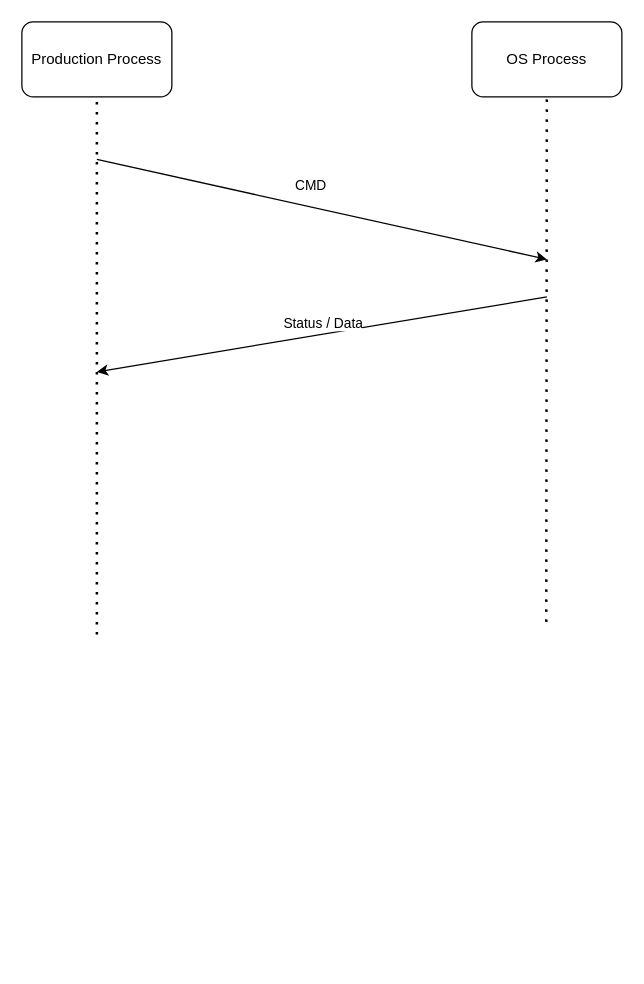
Before: page "Sinorio" (2 of 2) of SG9KG5/Production.drawio in Jasson-Chou/Software-Projects, a draw.io diagram. Source tidied: cells renumbered, new cells numbered last; positions are measured from the earlier drawing's top-left corner, leaving out a move shared by most shapes. Both pictures are drawn from the tidied source at 125%, with x=0, y=0 at pixel (21, 21).
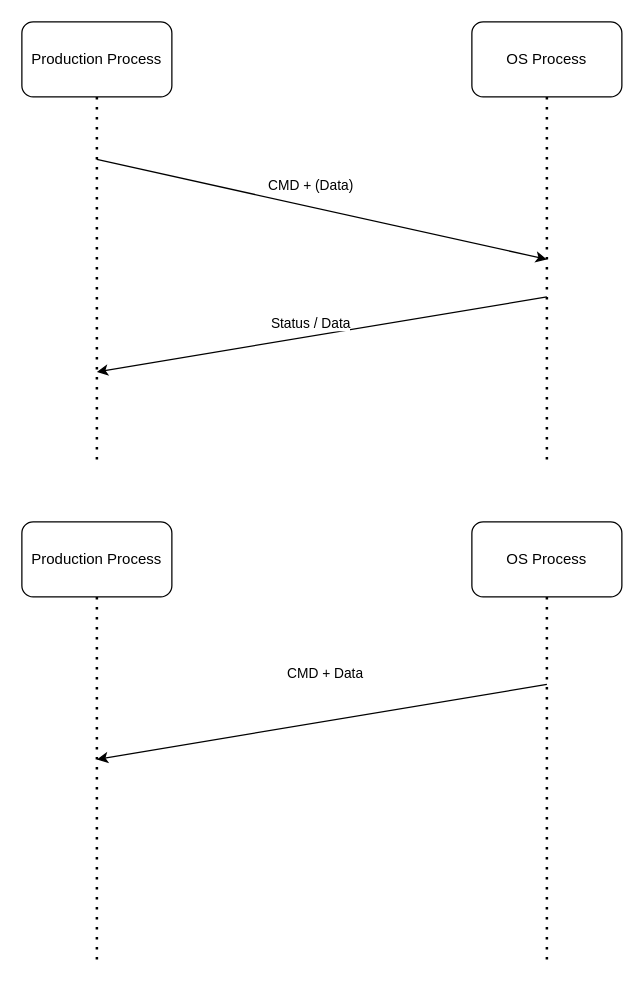
The same page after the edit.

The change refers to these unchanged cells:
```xml
<mxCell id="2" value="Production Process" style="rounded=1;whiteSpace=wrap;html=1;" parent="1" vertex="1">
  <mxGeometry width="120" height="60" as="geometry" />
</mxCell>
<mxCell id="3" value="OS Process" style="rounded=1;whiteSpace=wrap;html=1;" parent="1" vertex="1">
  <mxGeometry x="360" width="120" height="60" as="geometry" />
</mxCell>
<mxCell id="6" style="endArrow=classic;html=1;" parent="1" edge="1">
  <mxGeometry relative="1" as="geometry">
    <mxPoint x="60" y="110" as="sourcePoint" />
    <mxPoint x="420" y="190" as="targetPoint" />
  </mxGeometry>
</mxCell>
<mxCell id="8" style="endArrow=classic;html=1;" parent="1" edge="1">
  <mxGeometry relative="1" as="geometry">
    <mxPoint x="420" y="220" as="sourcePoint" />
    <mxPoint x="60" y="280" as="targetPoint" />
  </mxGeometry>
</mxCell>
```

The edit, as a diff of the source:
```diff
@@
     <mxCell id="4" style="endArrow=none;dashed=1;html=1;dashPattern=1 3;strokeWidth=2;entryX=0.5;entryY=1;entryDx=0;entryDy=0;" parent="1" edge="1" target="2">
       <mxGeometry relative="1" as="geometry">
-        <mxPoint x="60" y="490" as="sourcePoint" />
+        <mxPoint x="60" y="350" as="sourcePoint" />
       </mxGeometry>
     </mxCell>
     <mxCell id="5" style="endArrow=none;dashed=1;html=1;dashPattern=1 3;strokeWidth=2;" parent="1" edge="1" target="3">
       <mxGeometry relative="1" as="geometry">
-        <mxPoint x="419.5" y="480" as="sourcePoint" />
+        <mxPoint x="420" y="350" as="sourcePoint" />
       </mxGeometry>
     </mxCell>
@@
-    <mxCell id="7" value="CMD" style="edgeLabel;html=1;align=center;verticalAlign=middle;" parent="6" vertex="1">
+    <mxCell id="7" value="CMD + (Data)" style="edgeLabel;html=1;align=center;verticalAlign=middle;" parent="6" vertex="1">
       <mxGeometry x="-0.19" relative="1" as="geometry">
         <mxPoint x="25" y="-12" as="offset" />
       </mxGeometry>
     </mxCell>
@@
     <mxCell id="9" value="Status / Data" style="edgeLabel;html=1;align=center;verticalAlign=middle;" parent="8" vertex="1">
       <mxGeometry x="-0.19" relative="1" as="geometry">
-        <mxPoint x="-34" y="-4" as="offset" />
+        <mxPoint x="-44" y="-4" as="offset" />
       </mxGeometry>
     </mxCell>
+    <mxCell id="10" value="Production Process" style="rounded=1;whiteSpace=wrap;html=1;" parent="1" vertex="1">
+      <mxGeometry y="400" width="120" height="60" as="geometry" />
+    </mxCell>
+    <mxCell id="11" value="OS Process" style="rounded=1;whiteSpace=wrap;html=1;" parent="1" vertex="1">
+      <mxGeometry x="360" y="400" width="120" height="60" as="geometry" />
+    </mxCell>
+    <mxCell id="12" style="endArrow=none;dashed=1;html=1;dashPattern=1 3;strokeWidth=2;entryX=0.5;entryY=1;entryDx=0;entryDy=0;" parent="1" edge="1" target="10">
+      <mxGeometry relative="1" as="geometry">
+        <mxPoint x="60" y="750" as="sourcePoint" />
+      </mxGeometry>
+    </mxCell>
+    <mxCell id="13" style="endArrow=none;dashed=1;html=1;dashPattern=1 3;strokeWidth=2;" parent="1" edge="1" target="11">
+      <mxGeometry relative="1" as="geometry">
+        <mxPoint x="420" y="750" as="sourcePoint" />
+      </mxGeometry>
+    </mxCell>
+    <mxCell id="14" style="endArrow=classic;html=1;" parent="1" edge="1">
+      <mxGeometry relative="1" as="geometry">
+        <mxPoint x="420" y="530" as="sourcePoint" />
+        <mxPoint x="60" y="590" as="targetPoint" />
+      </mxGeometry>
+    </mxCell>
+    <mxCell id="15" value="&amp;nbsp;CMD + Data" style="edgeLabel;html=1;align=center;verticalAlign=middle;labelBackgroundColor=none;" parent="14" vertex="1">
+      <mxGeometry x="-0.19" relative="1" as="geometry">
+        <mxPoint x="-34" y="-34" as="offset" />
+      </mxGeometry>
+    </mxCell>
```
